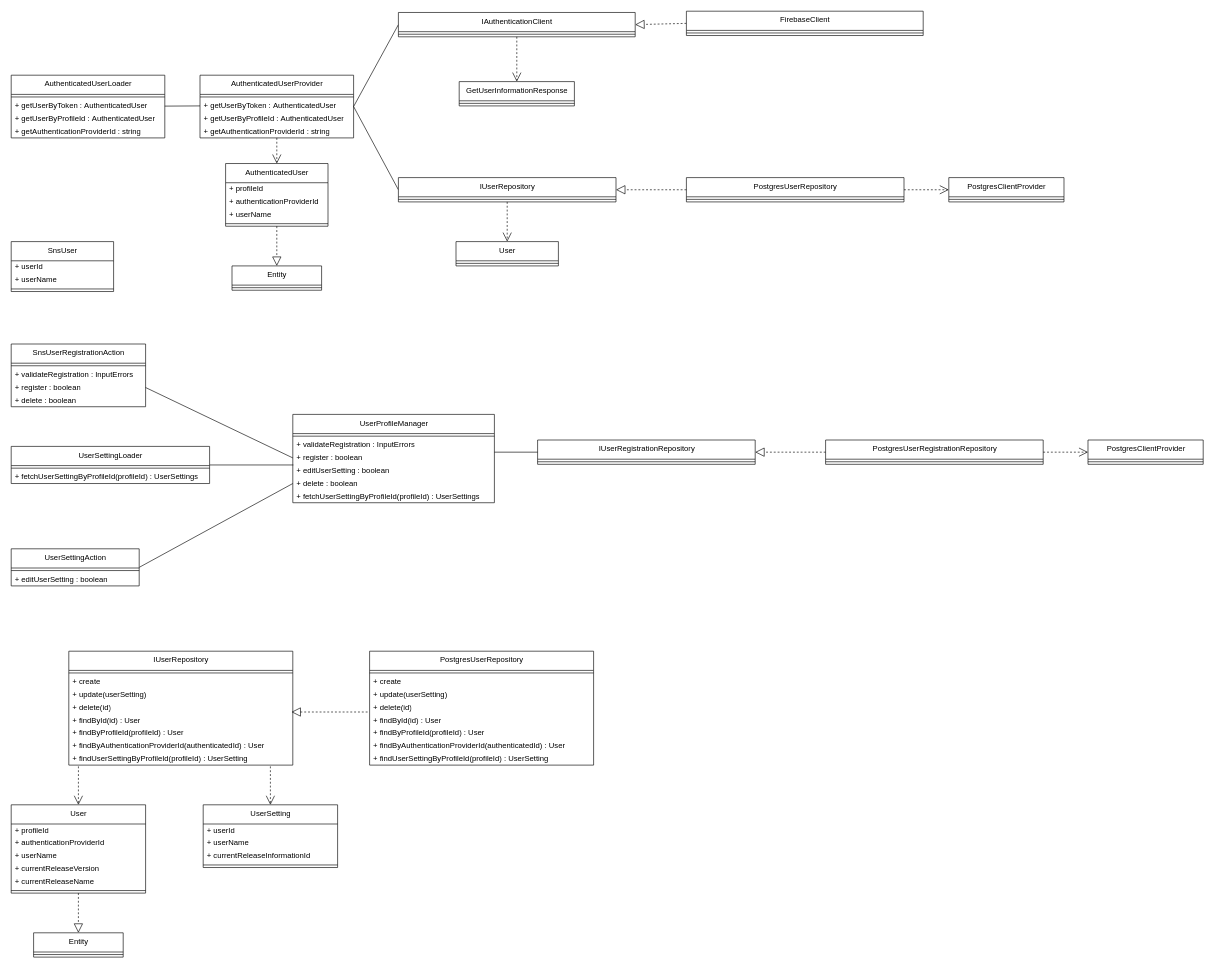
Mouwf/FF14SNS keeps this draw.io diagram as page "UserModule" (4 of 7) of project-designs/class-diagrams/ff14-sns.drawio. Above is the earlier version. Source tidied: cells renumbered, new cells numbered last; positions are measured from the earlier drawing's top-left corner, leaving out a move shared by most shapes. Both pictures are drawn from the tidied source at 64%, with x=0, y=0 at pixel (11, 11).
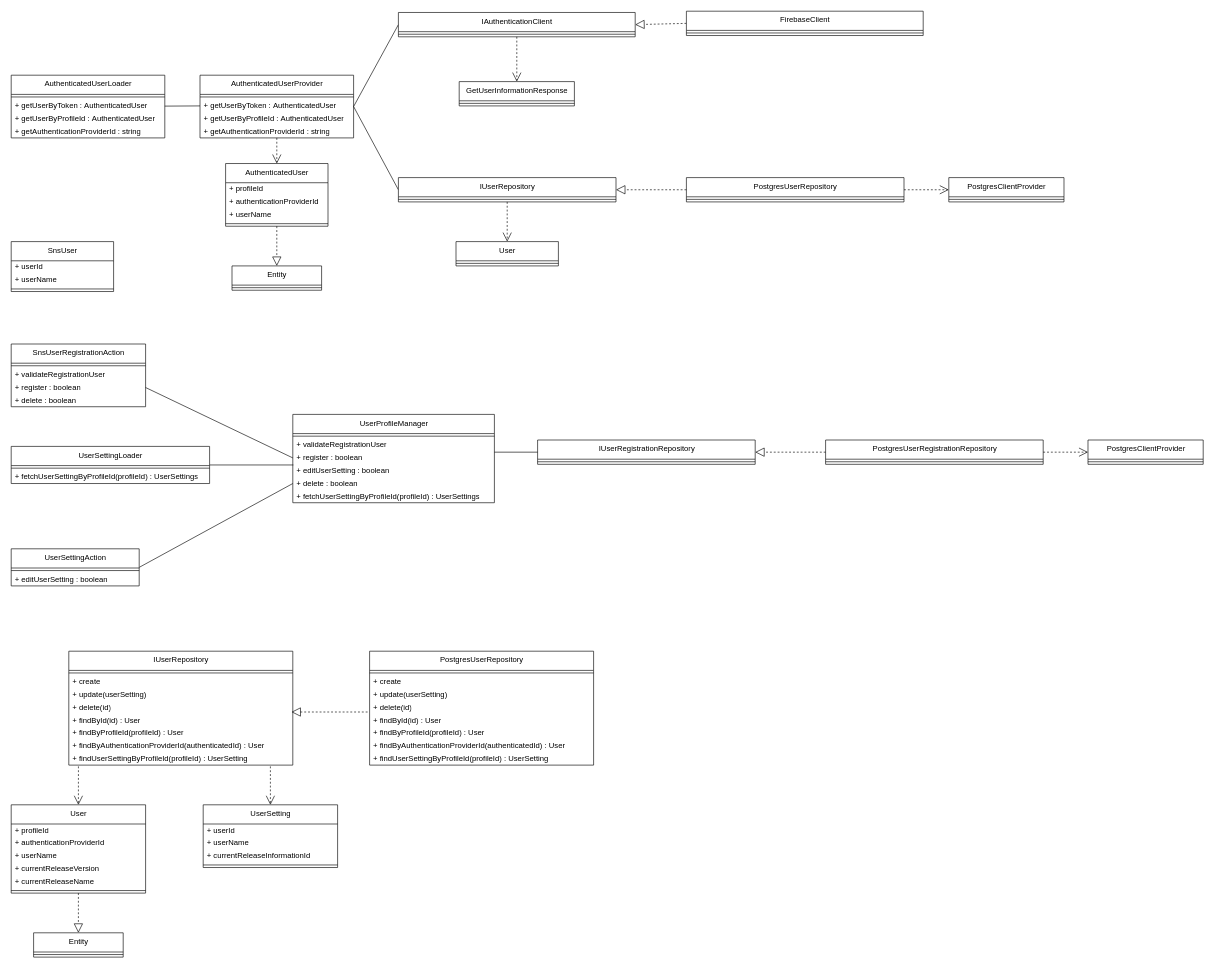
The same page after the edit.

The change refers to these unchanged cells:
```xml
<mxCell id="73" value="SnsUserRegistrationAction" style="swimlane;fontStyle=0;align=center;verticalAlign=top;horizontal=1;startSize=30;html=1;" parent="1" vertex="1">
  <mxGeometry y="520" width="210" height="98" as="geometry" />
</mxCell>
<mxCell id="78" value="UserProfileManager" style="swimlane;fontStyle=0;align=center;verticalAlign=top;horizontal=1;startSize=30;html=1;" parent="1" vertex="1">
  <mxGeometry x="440" y="630" width="315" height="138" as="geometry" />
</mxCell>
```

Change to the diagram source:
```diff
@@
-    <mxCell id="75" value="+&amp;nbsp;validateRegistration : InputErrors" style="text;html=1;strokeColor=none;fillColor=none;align=left;verticalAlign=middle;spacingLeft=4;spacingRight=4;overflow=hidden;" parent="73" vertex="1">
+    <mxCell id="75" value="+&amp;nbsp;validateRegistrationUser" style="text;html=1;strokeColor=none;fillColor=none;align=left;verticalAlign=middle;spacingLeft=4;spacingRight=4;overflow=hidden;" parent="73" vertex="1">
       <mxGeometry y="38" width="210" height="20" as="geometry" />
     </mxCell>
@@
-    <mxCell id="80" value="+&amp;nbsp;validateRegistration : InputErrors" style="text;html=1;strokeColor=none;fillColor=none;align=left;verticalAlign=middle;spacingLeft=4;spacingRight=4;overflow=hidden;" parent="78" vertex="1">
+    <mxCell id="80" value="+&amp;nbsp;validateRegistrationUser" style="text;html=1;strokeColor=none;fillColor=none;align=left;verticalAlign=middle;spacingLeft=4;spacingRight=4;overflow=hidden;" parent="78" vertex="1">
       <mxGeometry y="38" width="315" height="20" as="geometry" />
     </mxCell>
```
